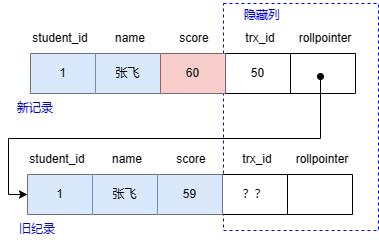
SixPlusAndTimes/drawio keeps this draw.io diagram as MySql/MVCC.drawio.png. Above is the earlier version. Source tidied: cells renumbered, new cells last; positions are measured from the earlier drawing's top-left corner, leaving out a move shared by most shapes.
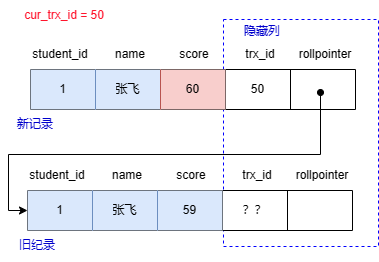
The same diagram one commit later.

What changed in the source:
```diff
@@ -96,5 +96,8 @@
     <mxCell id="30" value="&lt;font color=&quot;#0000cc&quot;&gt;隐藏列&lt;/font&gt;" style="text;html=1;strokeColor=none;fillColor=none;align=center;verticalAlign=middle;whiteSpace=wrap;rounded=0;" parent="1" vertex="1">
       <mxGeometry x="227" width="60" height="30" as="geometry" />
     </mxCell>
+    <mxCell id="31" value="&lt;font color=&quot;#ff142c&quot;&gt;cur_trx_id = 50&lt;/font&gt;" style="text;html=1;strokeColor=none;fillColor=none;align=center;verticalAlign=middle;whiteSpace=wrap;rounded=0;" parent="1" vertex="1">
+      <mxGeometry x="2" y="-16" width="114" height="30" as="geometry" />
+    </mxCell>
   </root>
 </mxGraphModel>
```
